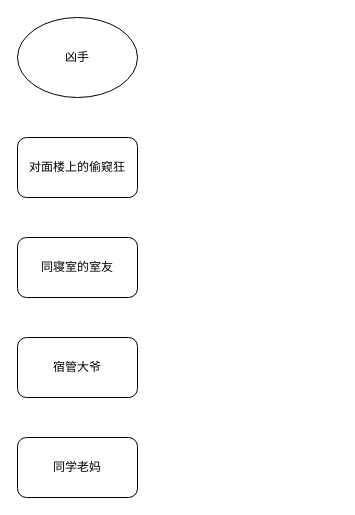
Before: drawio/沉睡的女大学生.drawio in guyuyw/casablancan, a draw.io diagram. Source tidied: cells renumbered, new cells numbered last; positions are measured from the earlier drawing's top-left corner, leaving out a move shared by most shapes. Both pictures are drawn from the tidied source at 100%, with x=0, y=0 at pixel (17, 17).
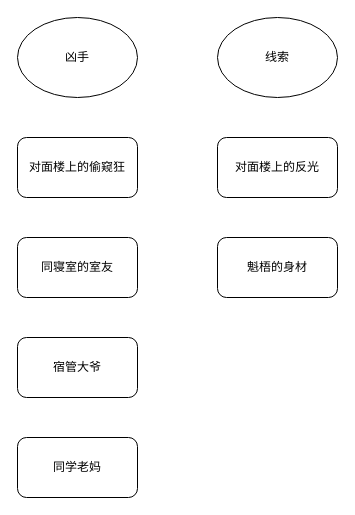
Above is the later version.

Commit message (it also covers changes not shown here):
更新沉睡的女大学生.drawio

Change to the diagram source:
```diff
@@
 <mxGraphModel>
   <root>
     <mxCell id="0" />
     <mxCell id="1" parent="0" />
     <mxCell id="2" value="对面楼上的偷窥狂" style="rounded=1;whiteSpace=wrap;html=1;" parent="1" vertex="1">
       <mxGeometry y="120" width="120" height="60" as="geometry" />
     </mxCell>
     <mxCell id="3" value="同寝室的室友" style="rounded=1;whiteSpace=wrap;html=1;" parent="1" vertex="1">
       <mxGeometry y="220" width="120" height="60" as="geometry" />
     </mxCell>
     <mxCell id="4" value="宿管大爷" style="rounded=1;whiteSpace=wrap;html=1;" parent="1" vertex="1">
       <mxGeometry y="320" width="120" height="60" as="geometry" />
     </mxCell>
     <mxCell id="5" value="同学老妈" style="rounded=1;whiteSpace=wrap;html=1;" parent="1" vertex="1">
       <mxGeometry y="420" width="120" height="60" as="geometry" />
     </mxCell>
     <mxCell id="6" value="凶手" style="ellipse;whiteSpace=wrap;html=1;" parent="1" vertex="1">
       <mxGeometry width="120" height="80" as="geometry" />
     </mxCell>
+    <mxCell id="7" value="线索" style="ellipse;whiteSpace=wrap;html=1;" parent="1" vertex="1">
+      <mxGeometry x="200" width="120" height="80" as="geometry" />
+    </mxCell>
+    <mxCell id="8" value="对面楼上的反光" style="rounded=1;whiteSpace=wrap;html=1;" parent="1" vertex="1">
+      <mxGeometry x="200" y="120" width="120" height="60" as="geometry" />
+    </mxCell>
+    <mxCell id="9" value="魁梧的身材" style="rounded=1;whiteSpace=wrap;html=1;" parent="1" vertex="1">
+      <mxGeometry x="200" y="220" width="120" height="60" as="geometry" />
+    </mxCell>
   </root>
 </mxGraphModel>
```
